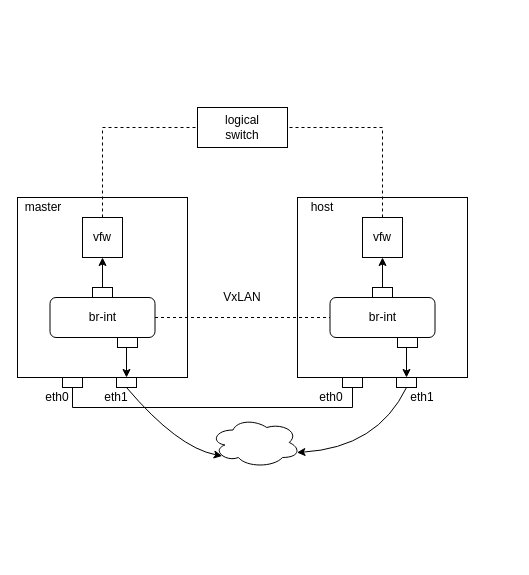
The draw.io diagram ovn-net.drawio in ctimbai/draw.io, before the edit. Source tidied: cells renumbered, new cells numbered last; positions are measured from the earlier drawing's top-left corner, leaving out a move shared by most shapes. Both pictures are drawn from the tidied source at 100%, with x=0, y=0 at pixel (17, 107).
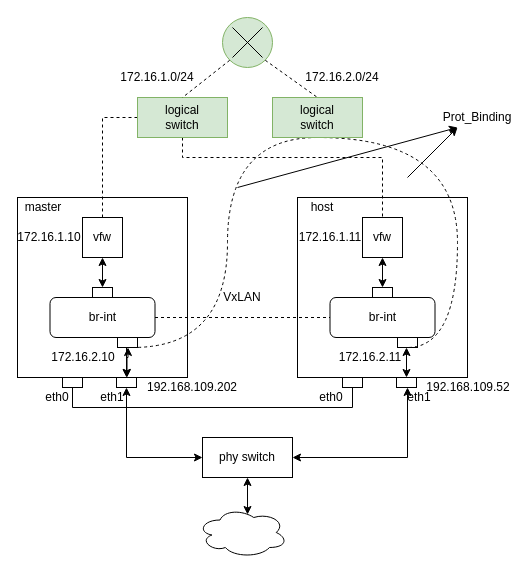
The same diagram, later.

The change refers to these unchanged cells:
```xml
<mxCell id="5" style="rounded=0;whiteSpace=wrap;html=1;" parent="1" vertex="1">
  <mxGeometry x="100" y="230" width="20" height="10" as="geometry" />
</mxCell>
<mxCell id="7" style="rounded=0;whiteSpace=wrap;html=1;" parent="1" vertex="1">
  <mxGeometry x="75" y="180" width="20" height="10" as="geometry" />
</mxCell>
<mxCell id="9" value="vfw" style="whiteSpace=wrap;html=1;" parent="1" vertex="1">
  <mxGeometry x="65" y="110" width="40" height="40" as="geometry" />
</mxCell>
<mxCell id="12" style="rounded=0;whiteSpace=wrap;html=1;" parent="1" vertex="1">
  <mxGeometry x="99" y="270" width="20" height="10" as="geometry" />
</mxCell>
<mxCell id="18" style="rounded=0;whiteSpace=wrap;html=1;" parent="1" vertex="1">
  <mxGeometry x="380" y="230" width="20" height="10" as="geometry" />
</mxCell>
<mxCell id="20" style="rounded=0;whiteSpace=wrap;html=1;" parent="1" vertex="1">
  <mxGeometry x="355" y="180" width="20" height="10" as="geometry" />
</mxCell>
<mxCell id="22" value="vfw" style="whiteSpace=wrap;html=1;" parent="1" vertex="1">
  <mxGeometry x="345" y="110" width="40" height="40" as="geometry" />
</mxCell>
<mxCell id="24" style="rounded=0;whiteSpace=wrap;html=1;" parent="1" vertex="1">
  <mxGeometry x="379" y="270" width="20" height="10" as="geometry" />
</mxCell>
```

The edit, as a diff of the source:
```diff
@@
-    <mxCell id="6" style="edgeStyle=orthogonalEdgeStyle;rounded=0;jettySize=auto;html=1;entryX=0.5;entryY=1;entryDx=0;entryDy=0;entryPerimeter=0;" parent="1" edge="1" source="7" target="9">
+    <mxCell id="6" style="edgeStyle=orthogonalEdgeStyle;rounded=0;jettySize=auto;html=1;entryX=0.5;entryY=1;entryDx=0;entryDy=0;entryPerimeter=0;startArrow=classic;startFill=1;" parent="1" edge="1" source="7" target="9">
       <mxGeometry relative="1" as="geometry" />
     </mxCell>
@@
     <mxCell id="14" value="eth1" style="text;html=1;strokeColor=none;fillColor=none;align=center;verticalAlign=middle;whiteSpace=wrap;rounded=0;" parent="1" vertex="1">
-      <mxGeometry x="79" y="280" width="40" height="20" as="geometry" />
+      <mxGeometry x="75" y="280" width="40" height="20" as="geometry" />
     </mxCell>
@@
-    <mxCell id="17" style="edgeStyle=orthogonalEdgeStyle;rounded=0;jettySize=auto;html=1;exitX=0.5;exitY=1;exitDx=0;exitDy=0;entryX=0.5;entryY=0;entryDx=0;entryDy=0;endArrow=classic;endFill=1;" parent="1" edge="1" source="18" target="24">
-      <mxGeometry relative="1" as="geometry" />
+    <mxCell id="17" style="edgeStyle=orthogonalEdgeStyle;rounded=0;jettySize=auto;html=1;entryX=0.5;entryY=0;entryDx=0;entryDy=0;endArrow=classic;endFill=1;startArrow=classic;startFill=1;" parent="1" edge="1" target="24">
+      <mxGeometry relative="1" as="geometry">
+        <mxPoint x="389" y="240" as="sourcePoint" />
+      </mxGeometry>
     </mxCell>
@@
-    <mxCell id="19" style="edgeStyle=orthogonalEdgeStyle;rounded=0;jettySize=auto;html=1;entryX=0.5;entryY=1;entryDx=0;entryDy=0;entryPerimeter=0;" parent="1" edge="1" source="20" target="22">
+    <mxCell id="19" style="edgeStyle=orthogonalEdgeStyle;rounded=0;jettySize=auto;html=1;entryX=0.5;entryY=1;entryDx=0;entryDy=0;entryPerimeter=0;startArrow=classic;startFill=1;" parent="1" edge="1" source="20" target="22">
       <mxGeometry relative="1" as="geometry" />
     </mxCell>
@@
-    <mxCell id="21" style="edgeStyle=orthogonalEdgeStyle;rounded=0;jettySize=auto;html=1;exitX=0.5;exitY=0;exitDx=0;exitDy=0;entryX=1;entryY=0.5;entryDx=0;entryDy=0;dashed=1;endArrow=none;endFill=0;" parent="1" edge="1" source="22" target="26">
-      <mxGeometry relative="1" as="geometry" />
-    </mxCell>
@@
+    <mxCell id="35" style="edgeStyle=orthogonalEdgeStyle;rounded=0;jettySize=auto;html=1;entryX=1;entryY=0.5;entryDx=0;entryDy=0;startArrow=classic;startFill=1;endArrow=classic;endFill=1;" parent="1" edge="1" target="54">
+      <mxGeometry relative="1" as="geometry">
+        <mxPoint x="390" y="280" as="sourcePoint" />
+        <Array as="points">
+          <mxPoint x="390" y="350" />
+        </Array>
+      </mxGeometry>
+    </mxCell>
     <mxCell id="25" value="eth1" style="text;html=1;strokeColor=none;fillColor=none;align=center;verticalAlign=middle;whiteSpace=wrap;rounded=0;" parent="1" vertex="1">
-      <mxGeometry x="385" y="280" width="40" height="20" as="geometry" />
+      <mxGeometry x="382" y="280" width="40" height="20" as="geometry" />
     </mxCell>
+    <mxCell id="36" style="edgeStyle=orthogonalEdgeStyle;rounded=0;jettySize=auto;html=1;entryX=0.5;entryY=0;entryDx=0;entryDy=0;dashed=1;endArrow=none;endFill=0;" parent="1" edge="1" source="26" target="22">
+      <mxGeometry relative="1" as="geometry">
+        <Array as="points">
+          <mxPoint x="165" y="50" />
+          <mxPoint x="365" y="50" />
+        </Array>
+      </mxGeometry>
+    </mxCell>
-    <mxCell id="26" value="logical&lt;br&gt;switch" style="rounded=0;whiteSpace=wrap;html=1;" parent="1" vertex="1">
-      <mxGeometry x="180" width="90" height="40" as="geometry" />
+    <mxCell id="26" value="logical&lt;br&gt;switch" style="rounded=0;whiteSpace=wrap;html=1;fillColor=#d5e8d4;strokeColor=#82b366;" parent="1" vertex="1">
+      <mxGeometry x="120" y="-10" width="90" height="40" as="geometry" />
     </mxCell>
@@
     <mxCell id="28" style="ellipse;shape=cloud;whiteSpace=wrap;html=1;" parent="1" vertex="1">
-      <mxGeometry x="193" y="310" width="90" height="50" as="geometry" />
+      <mxGeometry x="180" y="400" width="90" height="50" as="geometry" />
     </mxCell>
@@
-    <mxCell id="31" style="curved=1;endArrow=classic;html=1;exitX=0.5;exitY=1;exitDx=0;exitDy=0;entryX=0.13;entryY=0.77;entryDx=0;entryDy=0;entryPerimeter=0;" parent="1" edge="1" source="12" target="28">
-      <mxGeometry relative="1" as="geometry">
-        <Array as="points">
-          <mxPoint x="160" y="340" />
-        </Array>
-      </mxGeometry>
-    </mxCell>
-    <mxCell id="32" style="curved=1;endArrow=classic;html=1;exitX=0.5;exitY=1;exitDx=0;exitDy=0;entryX=0.96;entryY=0.7;entryDx=0;entryDy=0;entryPerimeter=0;" parent="1" edge="1" source="24" target="28">
-      <mxGeometry relative="1" as="geometry">
-        <Array as="points">
-          <mxPoint x="360" y="340" />
-        </Array>
-      </mxGeometry>
-    </mxCell>
@@
+    <mxCell id="37" style="rounded=0;jettySize=auto;html=1;exitX=0;exitY=1;exitDx=0;exitDy=0;entryX=0.5;entryY=0;entryDx=0;entryDy=0;endArrow=none;endFill=0;dashed=1;" parent="1" edge="1" source="39" target="26">
+      <mxGeometry relative="1" as="geometry" />
+    </mxCell>
+    <mxCell id="38" style="edgeStyle=none;rounded=0;jettySize=auto;html=1;exitX=1;exitY=1;exitDx=0;exitDy=0;entryX=0.5;entryY=0;entryDx=0;entryDy=0;dashed=1;endArrow=none;endFill=0;" parent="1" edge="1" source="39" target="46">
+      <mxGeometry relative="1" as="geometry" />
+    </mxCell>
+    <mxCell id="39" style="ellipse;whiteSpace=wrap;html=1;fillColor=#d5e8d4;strokeColor=#82b366;" parent="1" vertex="1">
+      <mxGeometry x="205" y="-90" width="50" height="50" as="geometry" />
+    </mxCell>
+    <mxCell id="40" style="endArrow=none;html=1;" parent="1" edge="1">
+      <mxGeometry relative="1" as="geometry">
+        <mxPoint x="215" y="-50" as="sourcePoint" />
+        <mxPoint x="245" y="-80" as="targetPoint" />
+      </mxGeometry>
+    </mxCell>
+    <mxCell id="41" style="endArrow=none;html=1;" parent="1" edge="1">
+      <mxGeometry relative="1" as="geometry">
+        <mxPoint x="245" y="-50" as="sourcePoint" />
+        <mxPoint x="215" y="-80" as="targetPoint" />
+      </mxGeometry>
+    </mxCell>
+    <mxCell id="42" value="192.168.109.202" style="text;html=1;strokeColor=none;fillColor=none;align=center;verticalAlign=middle;whiteSpace=wrap;rounded=0;" parent="1" vertex="1">
+      <mxGeometry x="155" y="270" width="40" height="20" as="geometry" />
+    </mxCell>
+    <mxCell id="43" value="192.168.109.52" style="text;html=1;strokeColor=none;fillColor=none;align=center;verticalAlign=middle;whiteSpace=wrap;rounded=0;" parent="1" vertex="1">
+      <mxGeometry x="431" y="270" width="40" height="20" as="geometry" />
+    </mxCell>
+    <mxCell id="44" style="edgeStyle=orthogonalEdgeStyle;curved=1;rounded=0;jettySize=auto;html=1;exitX=0.5;exitY=1;exitDx=0;exitDy=0;dashed=1;endArrow=none;endFill=0;entryX=0.75;entryY=1;entryDx=0;entryDy=0;" parent="1" edge="1" source="46" target="5">
+      <mxGeometry relative="1" as="geometry">
+        <Array as="points">
+          <mxPoint x="210" y="30" />
+          <mxPoint x="210" y="240" />
+        </Array>
+      </mxGeometry>
+    </mxCell>
+    <mxCell id="45" style="edgeStyle=orthogonalEdgeStyle;curved=1;rounded=0;jettySize=auto;html=1;exitX=0.5;exitY=1;exitDx=0;exitDy=0;entryX=0.5;entryY=1;entryDx=0;entryDy=0;dashed=1;endArrow=none;endFill=0;" parent="1" edge="1" source="46" target="18">
+      <mxGeometry relative="1" as="geometry">
+        <Array as="points">
+          <mxPoint x="440" y="30" />
+          <mxPoint x="440" y="240" />
+        </Array>
+      </mxGeometry>
+    </mxCell>
+    <mxCell id="46" value="logical&lt;br&gt;switch" style="rounded=0;whiteSpace=wrap;html=1;fillColor=#d5e8d4;strokeColor=#82b366;" parent="1" vertex="1">
+      <mxGeometry x="255" y="-10" width="90" height="40" as="geometry" />
+    </mxCell>
+    <mxCell id="47" style="endArrow=classic;html=1;" parent="1" edge="1">
+      <mxGeometry relative="1" as="geometry">
+        <mxPoint x="390" y="70" as="sourcePoint" />
+        <mxPoint x="440" y="20" as="targetPoint" />
+      </mxGeometry>
+    </mxCell>
+    <mxCell id="48" value="Prot_Binding" style="text;html=1;strokeColor=none;fillColor=none;align=center;verticalAlign=middle;whiteSpace=wrap;rounded=0;" parent="1" vertex="1">
+      <mxGeometry x="440" width="40" height="20" as="geometry" />
+    </mxCell>
+    <mxCell id="49" value="172.16.1.0/24" style="text;html=1;strokeColor=none;fillColor=none;align=center;verticalAlign=middle;whiteSpace=wrap;rounded=0;" parent="1" vertex="1">
+      <mxGeometry x="120" y="-40" width="40" height="20" as="geometry" />
+    </mxCell>
+    <mxCell id="50" value="172.16.2.0/24" style="text;html=1;strokeColor=none;fillColor=none;align=center;verticalAlign=middle;whiteSpace=wrap;rounded=0;" parent="1" vertex="1">
+      <mxGeometry x="305" y="-40" width="40" height="20" as="geometry" />
+    </mxCell>
+    <mxCell id="51" style="endArrow=classic;html=1;entryX=0;entryY=1;entryDx=0;entryDy=0;" parent="1" edge="1" target="48">
+      <mxGeometry relative="1" as="geometry">
+        <mxPoint x="220" y="80" as="sourcePoint" />
+      </mxGeometry>
+    </mxCell>
+    <mxCell id="52" style="edgeStyle=orthogonalEdgeStyle;rounded=0;jettySize=auto;html=1;entryX=0.75;entryY=0;entryDx=0;entryDy=0;startArrow=classic;startFill=1;endArrow=classic;endFill=1;exitX=0;exitY=0.5;exitDx=0;exitDy=0;" parent="1" edge="1" source="54">
+      <mxGeometry relative="1" as="geometry">
+        <mxPoint x="109" y="280" as="targetPoint" />
+        <Array as="points">
+          <mxPoint x="109" y="350" />
+        </Array>
+      </mxGeometry>
+    </mxCell>
+    <mxCell id="53" style="edgeStyle=orthogonalEdgeStyle;rounded=0;jettySize=auto;html=1;exitX=0.5;exitY=1;exitDx=0;exitDy=0;entryX=0.556;entryY=0.14;entryDx=0;entryDy=0;entryPerimeter=0;startArrow=classic;startFill=1;endArrow=classic;endFill=1;" parent="1" edge="1" source="54" target="28">
+      <mxGeometry relative="1" as="geometry" />
+    </mxCell>
+    <mxCell id="54" value="phy switch" style="rounded=0;whiteSpace=wrap;html=1;" parent="1" vertex="1">
+      <mxGeometry x="185" y="330" width="90" height="40" as="geometry" />
+    </mxCell>
+    <mxCell id="55" style="edgeStyle=orthogonalEdgeStyle;rounded=0;orthogonalLoop=1;jettySize=auto;html=1;exitX=0.5;exitY=1;exitDx=0;exitDy=0;entryX=0.5;entryY=0;entryDx=0;entryDy=0;endArrow=classic;endFill=1;startArrow=classic;startFill=1;" parent="1" edge="1">
+      <mxGeometry relative="1" as="geometry">
+        <mxPoint x="110.5" y="240" as="sourcePoint" />
+        <mxPoint x="109.5" y="270" as="targetPoint" />
+        <Array as="points">
+          <mxPoint x="111" y="250" />
+          <mxPoint x="110" y="250" />
+        </Array>
+      </mxGeometry>
+    </mxCell>
+    <mxCell id="56" value="172.16.1.10" style="text;html=1;strokeColor=none;fillColor=none;align=center;verticalAlign=middle;whiteSpace=wrap;rounded=0;" parent="1" vertex="1">
+      <mxGeometry x="12" y="120" width="40" height="20" as="geometry" />
+    </mxCell>
+    <mxCell id="57" value="172.16.1.11" style="text;html=1;strokeColor=none;fillColor=none;align=center;verticalAlign=middle;whiteSpace=wrap;rounded=0;" parent="1" vertex="1">
+      <mxGeometry x="293" y="120" width="40" height="20" as="geometry" />
+    </mxCell>
+    <mxCell id="58" value="172.16.2.10" style="text;html=1;strokeColor=none;fillColor=none;align=center;verticalAlign=middle;whiteSpace=wrap;rounded=0;" parent="1" vertex="1">
+      <mxGeometry x="46" y="240" width="40" height="20" as="geometry" />
+    </mxCell>
+    <mxCell id="59" value="172.16.2.11" style="text;html=1;strokeColor=none;fillColor=none;align=center;verticalAlign=middle;whiteSpace=wrap;rounded=0;" parent="1" vertex="1">
+      <mxGeometry x="333" y="240" width="40" height="20" as="geometry" />
+    </mxCell>
```
